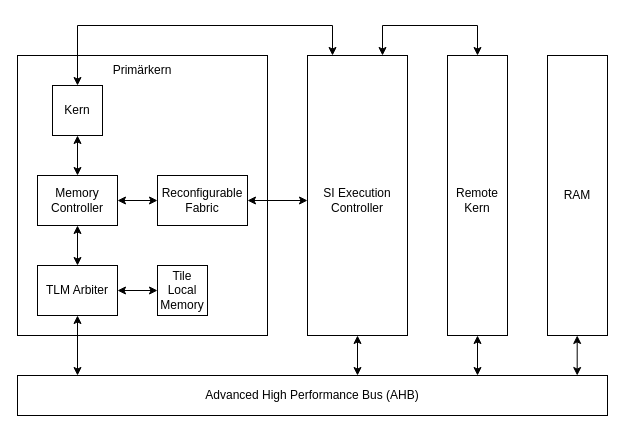
The draw.io diagram images/drawio templates/Icore-Arch.drawio in niklaslorenz/abschlussarbeit, before the edit. Source tidied: cells renumbered, new cells numbered last; positions are measured from the earlier drawing's top-left corner, leaving out a move shared by most shapes. Both pictures are drawn from the tidied source at 100%, with x=0, y=0 at pixel (17, 25).
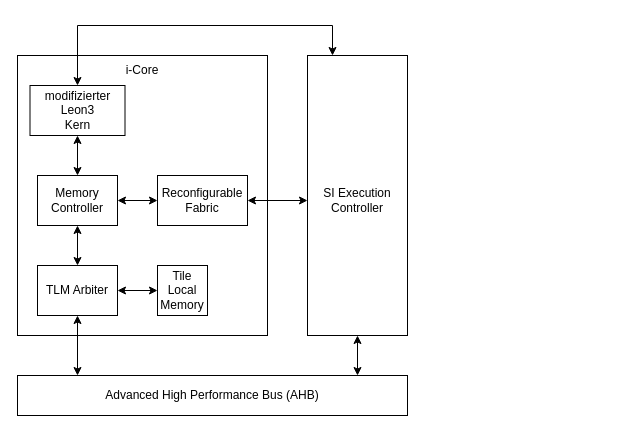
The same diagram, later.

Commit message (it also covers changes not shown here):
Finished the icore chapter

Unchanged cells that the change refers to:
```xml
<mxCell id="15" style="rounded=0;whiteSpace=wrap;html=1;" parent="1" vertex="1">
  <mxGeometry x="290" y="30" width="100" height="280" as="geometry" />
</mxCell>
```

The edit, as a diff of the source:
```diff
@@
     <mxCell id="8" value="Advanced High Performance Bus (AHB)" style="rounded=0;whiteSpace=wrap;html=1;" parent="1" vertex="1">
-      <mxGeometry y="350" width="590" height="40" as="geometry" />
+      <mxGeometry y="350" width="390" height="40" as="geometry" />
     </mxCell>
@@
-    <mxCell id="11" value="Kern" style="rounded=0;whiteSpace=wrap;html=1;" parent="1" vertex="1">
-      <mxGeometry x="35" y="60" width="50" height="50" as="geometry" />
+    <mxCell id="11" value="modifizierter&lt;br&gt;Leon3&lt;br&gt;Kern" style="rounded=0;whiteSpace=wrap;html=1;" parent="1" vertex="1">
+      <mxGeometry x="12.5" y="60" width="95" height="50" as="geometry" />
     </mxCell>
@@
-    <mxCell id="13" value="Primärkern" style="text;html=1;strokeColor=none;fillColor=none;align=center;verticalAlign=middle;whiteSpace=wrap;rounded=0;" parent="1" vertex="1">
+    <mxCell id="13" value="i-Core" style="text;html=1;strokeColor=none;fillColor=none;align=center;verticalAlign=middle;whiteSpace=wrap;rounded=0;" parent="1" vertex="1">
       <mxGeometry x="95" y="30" width="60" height="30" as="geometry" />
     </mxCell>
@@
-    <mxCell id="18" style="rounded=0;whiteSpace=wrap;html=1;" parent="1" vertex="1">
-      <mxGeometry x="430" y="30" width="60" height="280" as="geometry" />
-    </mxCell>
@@
-    <mxCell id="20" style="endArrow=classic;startArrow=classic;html=1;rounded=0;" parent="1" edge="1" target="18">
-      <mxGeometry relative="1" as="geometry">
-        <mxPoint x="460" y="350" as="sourcePoint" />
-      </mxGeometry>
-    </mxCell>
-    <mxCell id="21" value="Remote&lt;br&gt;Kern" style="text;html=1;strokeColor=none;fillColor=none;align=center;verticalAlign=middle;whiteSpace=wrap;rounded=0;" parent="1" vertex="1">
-      <mxGeometry x="430" y="160" width="60" height="30" as="geometry" />
-    </mxCell>
@@
-    <mxCell id="23" style="endArrow=classic;startArrow=classic;html=1;rounded=0;exitX=0.75;exitY=0;exitDx=0;exitDy=0;entryX=0.5;entryY=0;entryDx=0;entryDy=0;" parent="1" edge="1" source="15" target="18">
-      <mxGeometry relative="1" as="geometry">
-        <Array as="points">
-          <mxPoint x="365" />
-          <mxPoint x="460" />
-        </Array>
-      </mxGeometry>
-    </mxCell>
-    <mxCell id="24" style="rounded=0;whiteSpace=wrap;html=1;" parent="1" vertex="1">
-      <mxGeometry x="530" y="30" width="60" height="280" as="geometry" />
-    </mxCell>
-    <mxCell id="25" value="RAM" style="text;html=1;strokeColor=none;fillColor=none;align=center;verticalAlign=middle;whiteSpace=wrap;rounded=0;" parent="1" vertex="1">
-      <mxGeometry x="530" y="155" width="60" height="30" as="geometry" />
-    </mxCell>
-    <mxCell id="26" style="endArrow=classic;startArrow=classic;html=1;rounded=0;" parent="1" edge="1">
-      <mxGeometry relative="1" as="geometry">
-        <mxPoint x="559.7" y="350" as="sourcePoint" />
-        <mxPoint x="559.7" y="310" as="targetPoint" />
-      </mxGeometry>
-    </mxCell>
```
